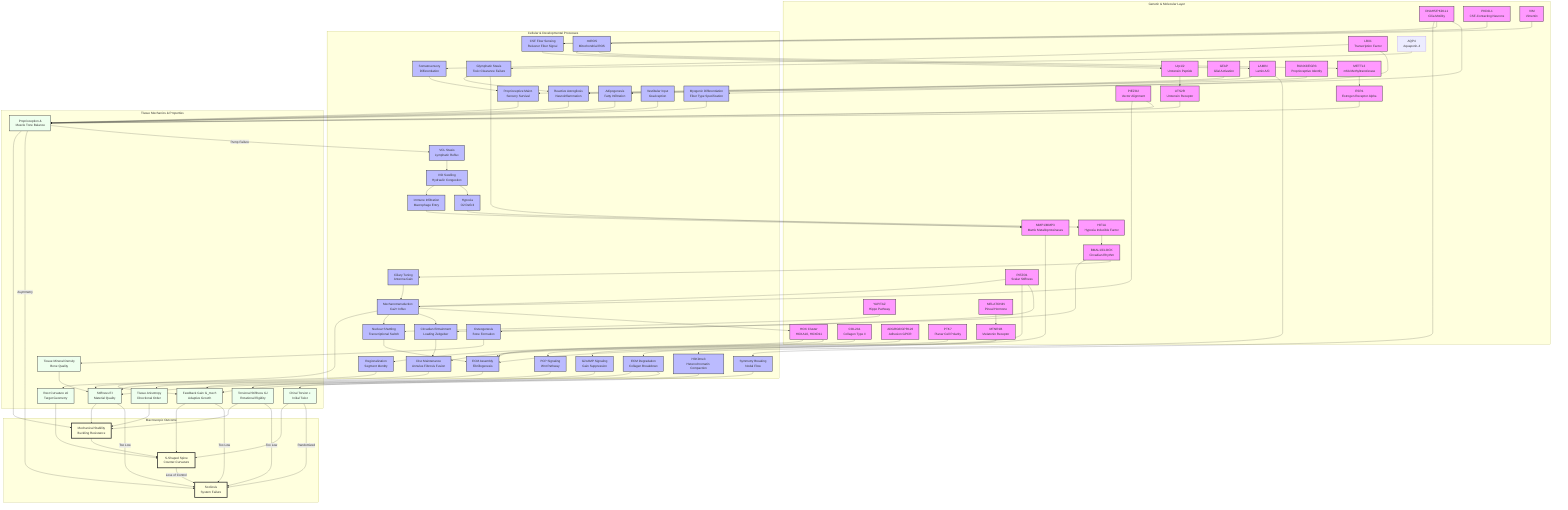
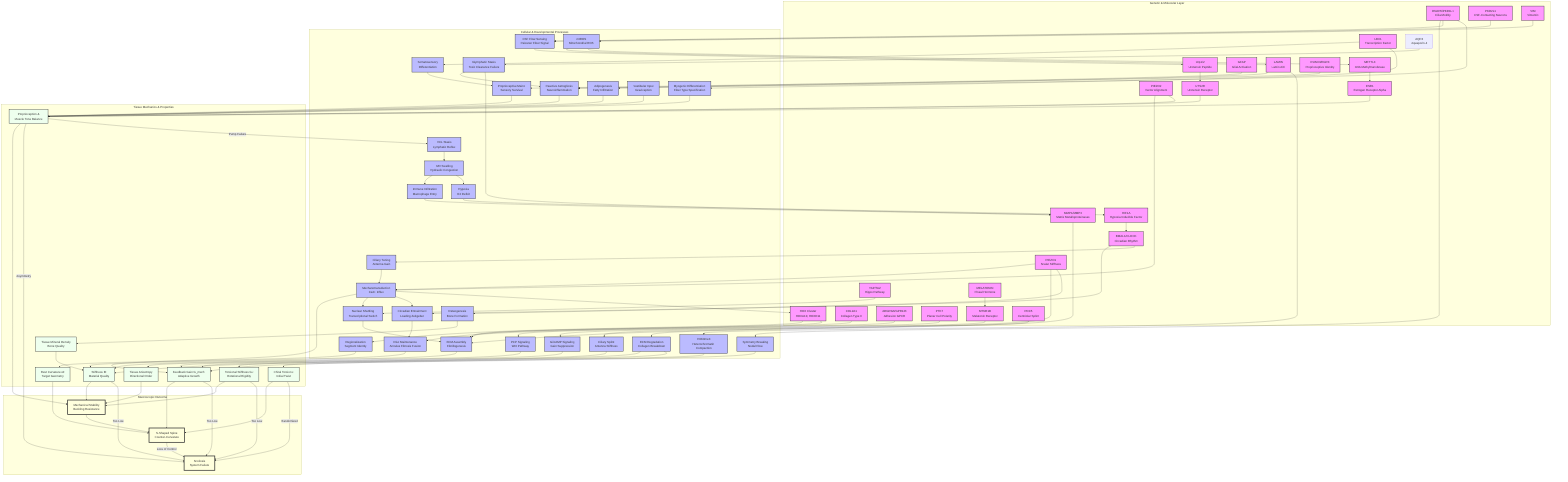
graph TD
    %% Subgraphs for Organization
    subgraph Genetics [Genetic & Molecular Layer]
        HOX[HOX Cluster<br/>HOXA10, HOXD11]
        COL[COL2A1<br/>Collagen Type II]
        PIEZO1[PIEZO1<br/>Scalar Stiffness]
        PIEZO2[PIEZO2<br/>Vector Alignment]
        CILIA[DNAH5/PKD1L1<br/>Cilia Motility]
        LBX1[LBX1<br/>Transcription Factor]
        ADGRG6[ADGRG6/GPR126<br/>Adhesion GPCR]
        PTK7[PTK7<br/>Planar Cell Polarity]
        YAP[YAP/TAZ<br/>Hippo Pathway]
        PKD2L1[PKD2L1<br/>CSF-Contacting Neurons]
        MMP[MMP1/MMP3<br/>Matrix Metalloproteinases]
        URP[Urp1/2<br/>Urotensin Peptide]
        UTS2R[UTS2R<br/>Urotensin Receptor]
        GFAP[GFAP<br/>Glial Activation]
        VIM[VIM<br/>Vimentin]
        LAMIN[LAMIN<br/>Lamin A/C]
        BMAL1[BMAL1/CLOCK<br/>Circadian Rhythm]
        RUNX3[RUNX3/EGR3<br/>Proprioceptive Identity]
        METTL3[METTL3<br/>m6A Methyltransferase]
        ESR1[ESR1<br/>Estrogen Receptor Alpha]
        AQP4[AQP4<br/>Aquaporin-4]
        MELATONIN[MELATONIN<br/>Pineal Hormone]
        MT2[MTNR1B<br/>Melatonin Receptor]
        HIF1A[HIF1A<br/>Hypoxia Inducible Factor]
+         POC5[POC5<br/>Centriolar Splint]
    end

    subgraph Processes [Cellular & Developmental Processes]
        Astrogliosis[Reactive Astrogliosis<br/>Neuroinflammation]
        Region[Regionalization<br/>Segment Identity]
        ECM_Assembly[ECM Assembly<br/>Fibrillogenesis]
        Nucl_Shuttle[Nuclear Shuttling<br/>Transcriptional Switch]
        Mech_Trans[Mechanotransduction<br/>Ca2+ Influx]
        Sym_Break[Symmetry Breaking<br/>Nodal Flow]
        CSF_Sensing[CSF Flow Sensing<br/>Reissner Fiber Signal]
        Neur_Diff[Somatosensory<br/>Differentiation]
        Muscle_Diff[Myogenic Differentiation<br/>Fiber Type Specification]
        Disc_Maint[Disc Maintenance<br/>Annulus Fibrosis Fusion]
        PCP_Sig[PCP Signaling<br/>Wnt Pathway]
        Degradation[ECM Degradation<br/>Collagen Breakdown]
        mtROS[mtROS<br/>Mitochondrial ROS]
        Adipogenesis[Adipogenesis<br/>Fatty Infiltration]
        Hydraulic_Congestion[IVD Swelling<br/>Hydraulic Congestion]
        Immune_Infilt[Immune Infiltration<br/>Macrophage Entry]
        Circadian_Entrain[Circadian Entrainment<br/>Loading Zeitgeber]
        Proprio_Maint[Proprioceptive Maint.<br/>Sensory Survival]
        H3K9me3[H3K9me3<br/>Heterochromatin Compaction]
        VCL_Stasis[VCL Stasis<br/>Lymphatic Reflux]
        Glymphatic_Stasis[Glymphatic Stasis<br/>Toxic Clearance Failure]
        Vestibular_Input[Vestibular Input<br/>Graviception]
        Gi_cAMP[Gi/cAMP Signaling<br/>Gain Suppression]
        Ciliary_Tuning[Ciliary Tuning<br/>Antenna Gain]
        Hypoxia[Hypoxia<br/>O2 Deficit]
        Osteogenesis[Osteogenesis<br/>Bone Formation]
+         Ciliary_Splint[Ciliary Splint<br/>Antenna Stiffness]
    end

    subgraph Tissue [Tissue Mechanics & Properties]
        Rest_Kappa[Rest Curvature κ0<br/>Target Geometry]
        Stiffness[Stiffness EI<br/>Material Quality]
        Torsional_Stiffness[Torsional Stiffness GJ<br/>Rotational Rigidity]
        Gain[Feedback Gain G_mech<br/>Adaptive Growth]
        Torsion[Chiral Torsion ε<br/>Initial Twist]
        Muscle_Tone[Proprioception &<br/>Muscle Tone Balance]
        Anisotropy[Tissue Anisotropy<br/>Directional Order]
        TMD[Tissue Mineral Density<br/>Bone Quality]
    end

    subgraph Outcome [Macroscopic Outcome]
        S_Curve[S-Shaped Spine<br/>Counter-Curvature]
        Stability[Mechanical Stability<br/>Buckling Resistance]
        Scoliosis[Scoliosis<br/>System Failure]
    end

    %% Connections
    HOX --> Region
    Region --> Rest_Kappa
    Rest_Kappa --> S_Curve

    COL --> ECM_Assembly
    ECM_Assembly --> Stiffness
    Stiffness --> Stability

    PIEZO1 --> Mech_Trans
    PIEZO2 --> Mech_Trans
    Mech_Trans --> Gain
    Gain --> S_Curve

    %% NEW ARC: Piezo Duality (Vector-Scalar Mismatch)
    PIEZO1 --> ECM_Assembly
    PIEZO2 --> Muscle_Tone

    CILIA --> Sym_Break
    Sym_Break --> Torsion
    Torsion --> S_Curve

    LBX1 --> Neur_Diff
    LBX1 --> Muscle_Diff
    Neur_Diff --> Proprio_Maint
    Proprio_Maint --> Muscle_Tone
    Muscle_Diff --> Muscle_Tone
    Muscle_Tone --> Stability

    %% NEW ARC: Proprioceptive Maintenance
    RUNX3 --> Proprio_Maint

    %% NEW ARC: ADGRG6
    ADGRG6 --> Disc_Maint
    Disc_Maint --> Stiffness

    %% NEW ARC: PTK7
    PTK7 --> PCP_Sig
    PCP_Sig --> Anisotropy
    Anisotropy --> Stability

    %% NEW ARC: YAP/TAZ
    YAP --> Nucl_Shuttle
    Nucl_Shuttle --> ECM_Assembly
    Mech_Trans --> Nucl_Shuttle

    %% NEW ARC: CSF/Reissner Fiber
    CILIA --> CSF_Sensing
    PKD2L1 --> CSF_Sensing
    CSF_Sensing --> URP
    URP --> UTS2R
    UTS2R --> Muscle_Tone

    %% NEW ARC: MMP Degradation
    MMP --> Degradation
    Degradation --> Stiffness

    %% NEW ARC: Neuro-Inflammatory Pathway
    CILIA --> Astrogliosis
    GFAP --> Astrogliosis
    Astrogliosis --> Muscle_Tone

    %% NEW ARC: Vimentin Metabolic Switch
    VIM --> mtROS
    mtROS --> LAMIN
    LAMIN --> Adipogenesis
    Adipogenesis --> Muscle_Tone

    %% NEW ARC: Inflamed Torsion
    Hydraulic_Congestion --> Immune_Infilt
    Immune_Infilt --> MMP
    Degradation --> Torsional_Stiffness
    Torsional_Stiffness --> Stability

    %% NEW ARC: Glymphatic Stasis
    AQP4 --> Glymphatic_Stasis
    Glymphatic_Stasis --> Astrogliosis

    %% NEW ARC: Glymphatic-MMP Axis (Chen et al., 2025)
    Glymphatic_Stasis --> MMP

    %% NEW ARC: Melatonin Gain Control
    MELATONIN --> MT2
    MT2 --> Gi_cAMP
    Gi_cAMP --> Gain

    %% NEW ARC: Vestibular Asymmetry
    Vestibular_Input --> Muscle_Tone

    %% Cross-Talk and Failures
    Stability --> S_Curve
    S_Curve -- "Loss of Control" --> Scoliosis
    Stiffness -- "Too Low" --> Scoliosis
    Torsional_Stiffness -- "Too Low" --> Scoliosis
    Gain -- "Too Low" --> Scoliosis
    Torsion -- "Randomized" --> Scoliosis
    Muscle_Tone -- "Asymmetry" --> Scoliosis

    %% Styling
    classDef gene fill:#f9f,stroke:#333,stroke-width:2px;
    classDef process fill:#bbf,stroke:#333,stroke-width:2px;
    classDef tissue fill:#efe,stroke:#333,stroke-width:2px;
    classDef outcome fill:#ffd,stroke:#333,stroke-width:4px;

    %% NEW ARC: Spinal Jetlag
    BMAL1 --> Circadian_Entrain
    Mech_Trans --> Circadian_Entrain
    Circadian_Entrain --> Disc_Maint

    %% NEW ARC: Tunable Antenna (Miyoshi et al., 2024)
    BMAL1 --> Ciliary_Tuning
    Ciliary_Tuning --> Mech_Trans

    %% NEW ARC: Epigenetic Asymmetry
    mtROS --> METTL3
    METTL3 --> ESR1
    ESR1 --> Muscle_Tone

    %% NEW ARC: Nuclear Stiffness (Scalar Senescence)
    LAMIN --> H3K9me3
    H3K9me3 --> Gain

    %% NEW ARC: Lymphatic Drainage Pathway (VCL)
    Muscle_Tone -- "Pump Failure" --> VCL_Stasis
    VCL_Stasis --> Hydraulic_Congestion

    %% NEW ARC: Hypoxic Clock Block (HIF1A)
    Hydraulic_Congestion --> Hypoxia
    Hypoxia --> HIF1A
    HIF1A --> BMAL1

    %% NEW ARC: Tension-Dependent Identity (HOX)
    Mech_Trans --> HOX
    HOX --> ECM_Assembly

    %% NEW ARC: Bone Mineralization (Ramli et al., 2024)
    PIEZO1 --> Osteogenesis
    Osteogenesis --> TMD
    TMD --> Stiffness

-     class HOX,COL,PIEZO1,PIEZO2,CILIA,LBX1,ADGRG6,PTK7,YAP,PKD2L1,MMP,URP,UTS2R,GFAP,VIM,LAMIN,BMAL1,RUNX3,METTL3,ESR1,MELATONIN,MT2,HIF1A gene;
-     class Region,ECM_Assembly,Mech_Trans,Sym_Break,Neur_Diff,Muscle_Diff,Disc_Maint,PCP_Sig,Nucl_Shuttle,CSF_Sensing,Degradation,Astrogliosis,mtROS,Adipogenesis,Hydraulic_Congestion,Immune_Infilt,Circadian_Entrain,Proprio_Maint,H3K9me3,VCL_Stasis,Glymphatic_Stasis,Vestibular_Input,Gi_cAMP,Ciliary_Tuning,Hypoxia,Osteogenesis process;
+     %% NEW ARC: Centriolar Splint (POC5)
+     POC5 --> Ciliary_Splint
+     Ciliary_Splint --> Gain
+ 
+     class HOX,COL,PIEZO1,PIEZO2,CILIA,LBX1,ADGRG6,PTK7,YAP,PKD2L1,MMP,URP,UTS2R,GFAP,VIM,LAMIN,BMAL1,RUNX3,METTL3,ESR1,MELATONIN,MT2,HIF1A,POC5 gene;
+     class Region,ECM_Assembly,Mech_Trans,Sym_Break,Neur_Diff,Muscle_Diff,Disc_Maint,PCP_Sig,Nucl_Shuttle,CSF_Sensing,Degradation,Astrogliosis,mtROS,Adipogenesis,Hydraulic_Congestion,Immune_Infilt,Circadian_Entrain,Proprio_Maint,H3K9me3,VCL_Stasis,Glymphatic_Stasis,Vestibular_Input,Gi_cAMP,Ciliary_Tuning,Hypoxia,Osteogenesis,Ciliary_Splint process;
    class Rest_Kappa,Stiffness,Torsional_Stiffness,Gain,Torsion,Muscle_Tone,Anisotropy,TMD tissue;
    class S_Curve,Stability,Scoliosis outcome;
